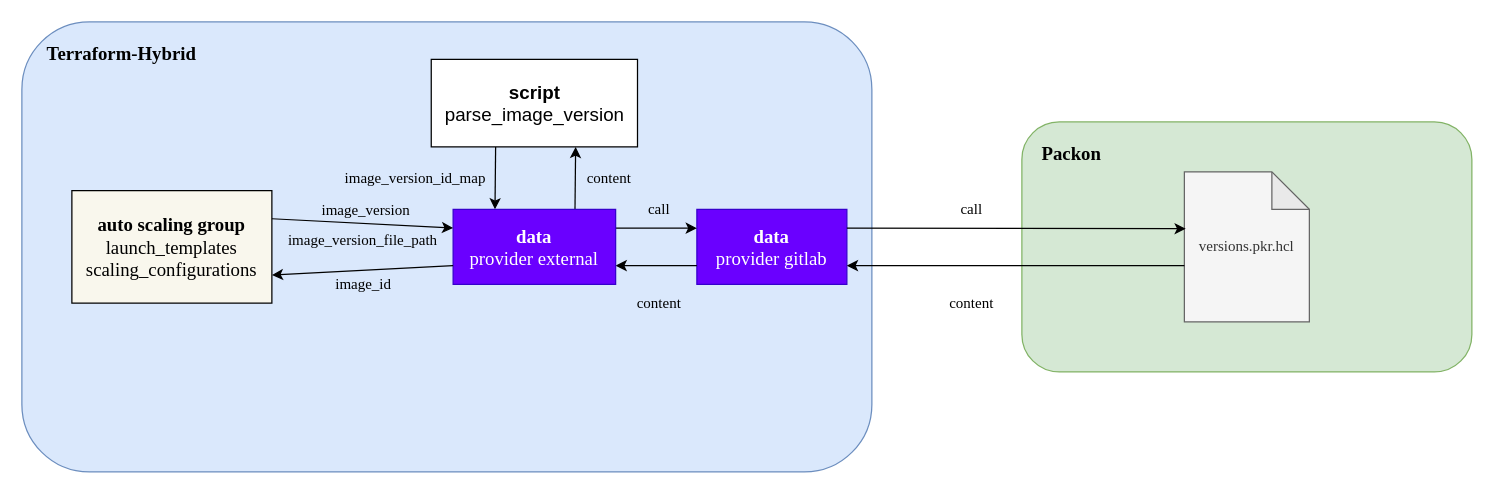
Earlier version of the draw.io diagram packon-terraform-hybrid-connection.drawio (YanshanSong/draw.io). Source tidied: cells renumbered, new cells numbered last; positions are measured from the earlier drawing's top-left corner, leaving out a move shared by most shapes. Both pictures are drawn from the tidied source at 125%, with x=0, y=0 at pixel (21, 21).
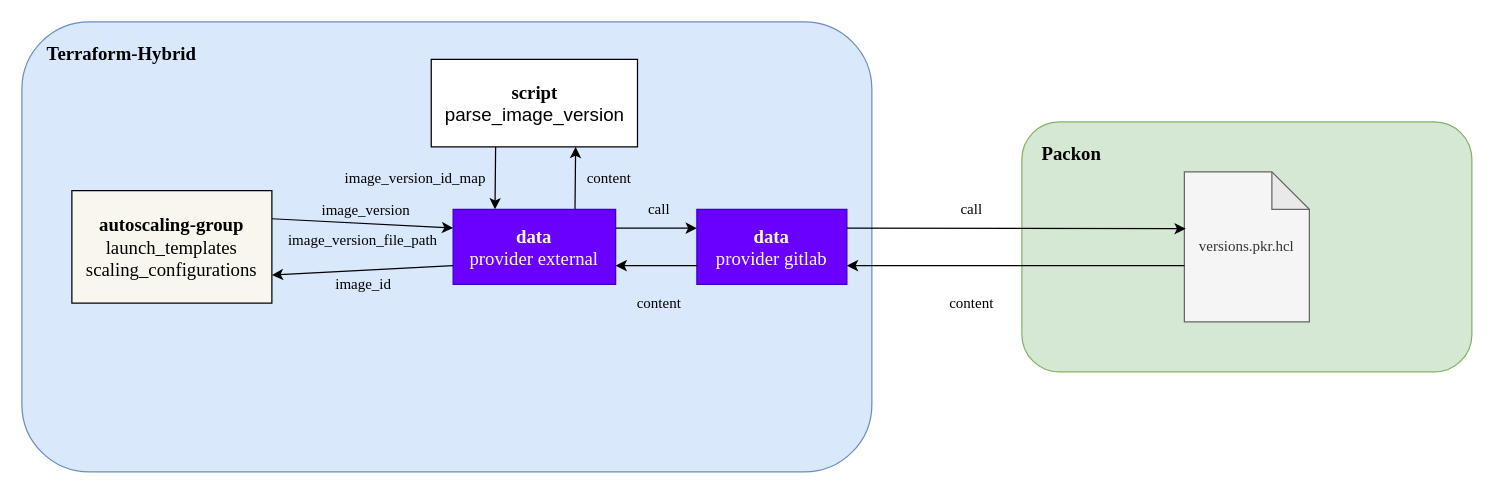
The same diagram, later.

Unchanged cells that the change refers to:
```xml
<mxCell id="17" style="group;" parent="1" vertex="1">
  <mxGeometry x="327.5" y="30" width="165" height="180" as="geometry" />
</mxCell>
```

Diff of the diagram source:
```diff
@@
-    <mxCell id="4" value="&lt;font style=&quot;font-size: 15px;&quot; face=&quot;Times New Roman&quot;&gt;&lt;b&gt;auto scaling group&lt;/b&gt;&lt;br&gt;launch_templates&lt;br&gt;scaling_configurations&lt;/font&gt;" style="rounded=0;whiteSpace=wrap;html=1;fillColor=#f9f7ed;strokeColor=default;labelBorderColor=none;fontColor=default;" parent="1" vertex="1">
+    <mxCell id="4" value="&lt;font style=&quot;font-size: 15px;&quot; face=&quot;Times New Roman&quot;&gt;&lt;b&gt;autoscaling-group&lt;/b&gt;&lt;br&gt;launch_templates&lt;br&gt;scaling_configurations&lt;/font&gt;" style="rounded=0;whiteSpace=wrap;html=1;fillColor=#f9f7ed;strokeColor=default;labelBorderColor=none;fontColor=default;" parent="1" vertex="1">
       <mxGeometry x="40" y="135" width="160" height="90" as="geometry" />
     </mxCell>
@@
-    <mxCell id="19" value="&lt;font style=&quot;font-size: 15px;&quot;&gt;&lt;b&gt;script&lt;/b&gt;&lt;br&gt;parse_image_version&lt;/font&gt;" style="rounded=0;whiteSpace=wrap;html=1;align=center;verticalAlign=middle;fontFamily=Helvetica;fontSize=12;" parent="17" vertex="1">
+    <mxCell id="19" value="&lt;font style=&quot;font-size: 15px;&quot;&gt;&lt;b&gt;&lt;font face=&quot;Times New Roman&quot;&gt;script&lt;/font&gt;&lt;/b&gt;&lt;br&gt;parse_image_version&lt;/font&gt;" style="rounded=0;whiteSpace=wrap;html=1;align=center;verticalAlign=middle;fontFamily=Helvetica;fontSize=12;" parent="17" vertex="1">
       <mxGeometry width="165" height="70" as="geometry" />
     </mxCell>
```
